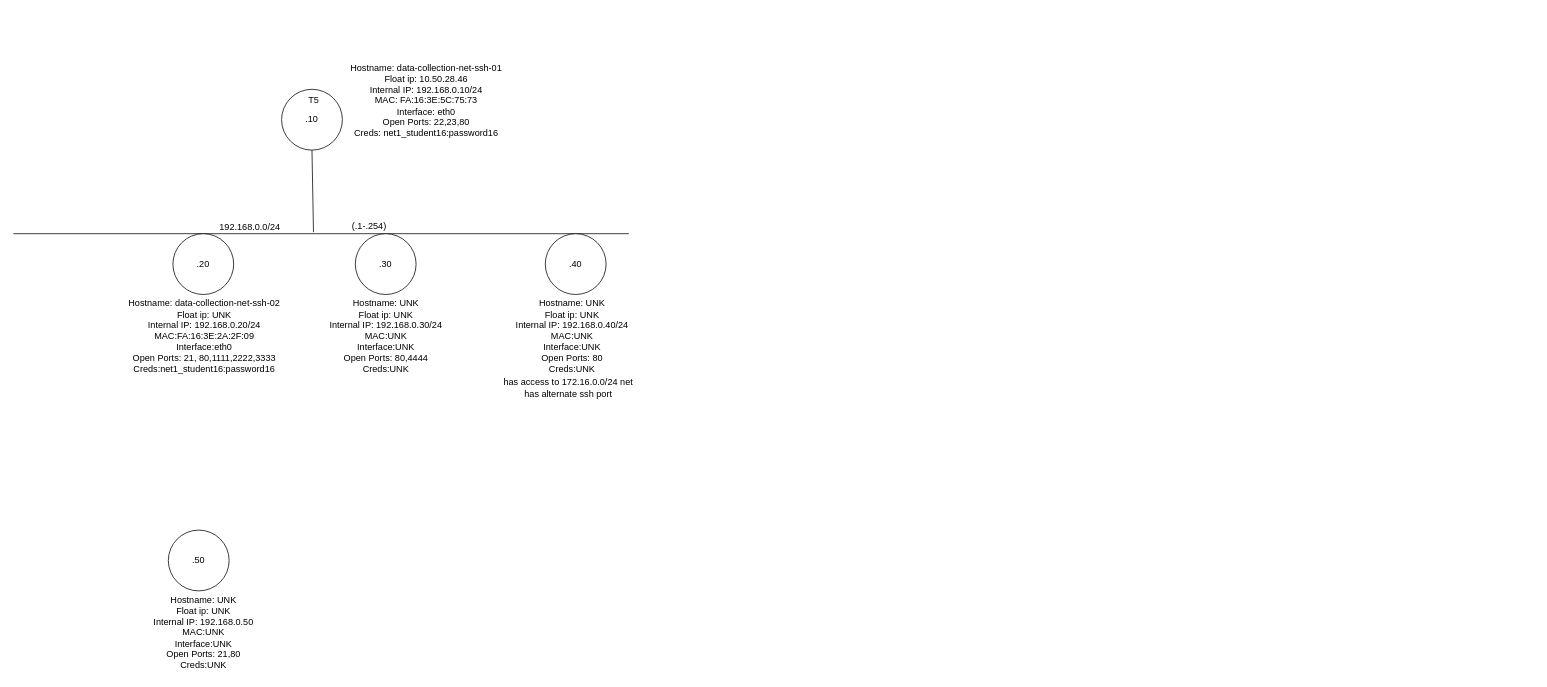
The draw.io diagram task4.drawio in Flyingtomat0/Net-Maps, before the edit. Source tidied: cells renumbered, new cells numbered last; positions are measured from the earlier drawing's top-left corner, leaving out a move shared by most shapes. Both pictures are drawn from the tidied source at 76%, with x=0, y=0 at pixel (13, 59).
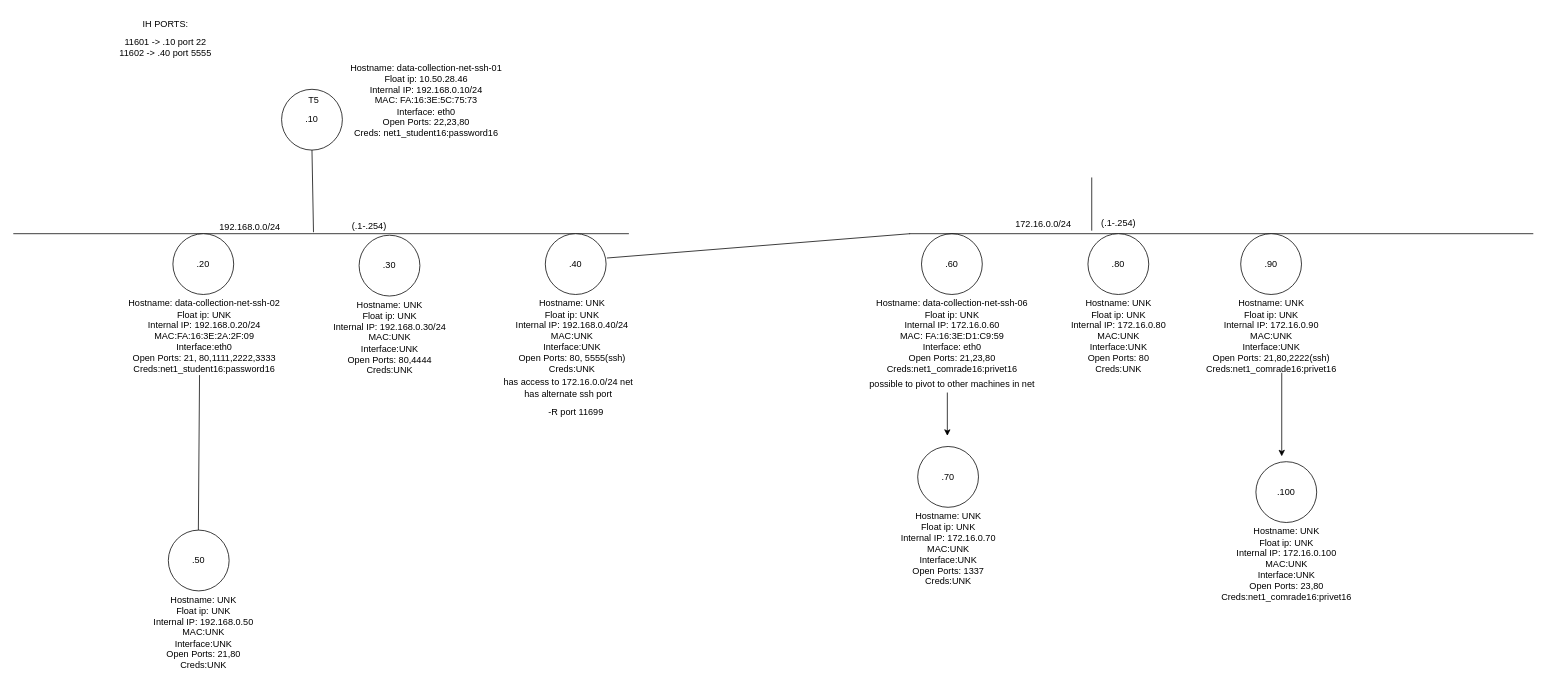
The same diagram, later.

The change refers to these unchanged cells:
```xml
<mxCell id="11" value="&lt;div&gt;Hostname: data-collection-net-ssh-02&lt;br&gt;&lt;/div&gt;&lt;div&gt;Float ip: UNK&lt;br&gt;&lt;/div&gt;&lt;div&gt;Internal IP: 192.168.0.20/24&lt;br&gt;&lt;/div&gt;&lt;div&gt;MAC:FA:16:3E:2A:2F:09&lt;br&gt;&lt;/div&gt;&lt;div&gt;Interface:eth0&lt;br&gt;&lt;/div&gt;&lt;div&gt;Open Ports: 21, 80,1111,2222,3333&lt;br&gt;&lt;/div&gt;&lt;div&gt;Creds:net1_student16:password16&lt;br&gt;&lt;/div&gt;" style="text;html=1;align=center;verticalAlign=middle;points=[];strokeColor=none;fillColor=none;" parent="1" vertex="1">
  <mxGeometry x="141" y="310" width="220" height="110" as="geometry" />
</mxCell>
<mxCell id="13" value=".40" style="ellipse;whiteSpace=wrap;html=1;" parent="1" vertex="1">
  <mxGeometry x="700" y="230" width="80" height="80" as="geometry" />
</mxCell>
```

Diff of the diagram source:
```diff
@@
-    <mxCell id="10" value=".30" style="ellipse;whiteSpace=wrap;html=1;" parent="1" vertex="1">
-      <mxGeometry x="450" y="230" width="80" height="80" as="geometry" />
+    <mxCell id="10" value=".60" style="ellipse;whiteSpace=wrap;html=1;" parent="1" vertex="1">
+      <mxGeometry x="1195" y="230" width="80" height="80" as="geometry" />
     </mxCell>
@@
-    <mxCell id="12" value="&lt;div&gt;Hostname: UNK&lt;br&gt;&lt;/div&gt;&lt;div&gt;Float ip: UNK&lt;br&gt;&lt;/div&gt;&lt;div&gt;Internal IP: 192.168.0.30/24&lt;br&gt;&lt;/div&gt;&lt;div&gt;MAC:UNK&lt;br&gt;&lt;/div&gt;&lt;div&gt;Interface:UNK&lt;br&gt;&lt;/div&gt;&lt;div&gt;Open Ports: 80,4444&lt;br&gt;&lt;/div&gt;&lt;div&gt;Creds:UNK&lt;br&gt;&lt;/div&gt;" style="text;html=1;align=center;verticalAlign=middle;strokeColor=none;fillColor=none;" parent="1" vertex="1">
-      <mxGeometry x="405" y="310" width="170" height="110" as="geometry" />
+    <mxCell id="12" value="&lt;div&gt;Hostname: data-collection-net-ssh-06&lt;br&gt;&lt;/div&gt;&lt;div&gt;Float ip: UNK&lt;br&gt;&lt;/div&gt;&lt;div&gt;Internal IP: 172.16.0.60&lt;br&gt;&lt;/div&gt;&lt;div&gt;MAC: FA:16:3E:D1:C9:59&lt;br&gt;&lt;/div&gt;&lt;div&gt;Interface: eth0&lt;br&gt;&lt;/div&gt;&lt;div&gt;Open Ports: 21,23,80&lt;br&gt;&lt;/div&gt;&lt;div&gt;Creds:net1_comrade16:privet16&lt;br&gt;&lt;/div&gt;" style="text;html=1;align=center;verticalAlign=middle;strokeColor=none;fillColor=none;" parent="1" vertex="1">
+      <mxGeometry x="1125" y="310" width="220" height="110" as="geometry" />
     </mxCell>
@@
-    <mxCell id="14" value="&lt;div&gt;Hostname: UNK&lt;br&gt;&lt;/div&gt;&lt;div&gt;Float ip: UNK&lt;br&gt;&lt;/div&gt;&lt;div&gt;Internal IP: 192.168.0.40/24&lt;br&gt;&lt;/div&gt;&lt;div&gt;MAC:UNK&lt;br&gt;&lt;/div&gt;&lt;div&gt;Interface:UNK&lt;br&gt;&lt;/div&gt;&lt;div&gt;Open Ports: 80&lt;br&gt;&lt;/div&gt;&lt;div&gt;Creds:UNK&lt;br&gt;&lt;/div&gt;" style="text;html=1;align=center;verticalAlign=middle;strokeColor=none;fillColor=none;" parent="1" vertex="1">
+    <mxCell id="14" value="&lt;div&gt;Hostname: UNK&lt;br&gt;&lt;/div&gt;&lt;div&gt;Float ip: UNK&lt;br&gt;&lt;/div&gt;&lt;div&gt;Internal IP: 192.168.0.40/24&lt;br&gt;&lt;/div&gt;&lt;div&gt;MAC:UNK&lt;br&gt;&lt;/div&gt;&lt;div&gt;Interface:UNK&lt;br&gt;&lt;/div&gt;&lt;div&gt;Open Ports: 80, 5555(ssh)&lt;br&gt;&lt;/div&gt;&lt;div&gt;Creds:UNK&lt;br&gt;&lt;/div&gt;" style="text;html=1;align=center;verticalAlign=middle;strokeColor=none;fillColor=none;" parent="1" vertex="1">
       <mxGeometry x="650" y="310" width="170" height="110" as="geometry" />
     </mxCell>
@@
+    <mxCell id="18" style="endArrow=none;html=1;rounded=0;entryX=0.473;entryY=0.964;entryDx=0;entryDy=0;entryPerimeter=0;" parent="1" edge="1" target="11">
+      <mxGeometry relative="1" as="geometry">
+        <mxPoint x="243.5" y="620" as="sourcePoint" />
+      </mxGeometry>
+    </mxCell>
+    <mxCell id="19" style="endArrow=none;html=1;rounded=0;" parent="1" edge="1">
+      <mxGeometry relative="1" as="geometry">
+        <mxPoint x="1179" y="230" as="sourcePoint" />
+        <mxPoint x="2000" y="230" as="targetPoint" />
+      </mxGeometry>
+    </mxCell>
+    <mxCell id="20" value="172.16.0.0/24" style="text;html=1;align=center;verticalAlign=middle;strokeColor=none;fillColor=none;" parent="1" vertex="1">
+      <mxGeometry x="1305" y="203" width="100" height="30" as="geometry" />
+    </mxCell>
+    <mxCell id="21" style="endArrow=none;html=1;rounded=0;" parent="1" edge="1">
+      <mxGeometry relative="1" as="geometry">
+        <mxPoint x="1419" y="226" as="sourcePoint" />
+        <mxPoint x="1419" y="156" as="targetPoint" />
+      </mxGeometry>
+    </mxCell>
+    <mxCell id="22" value="(.1-.254)" style="text;html=1;align=center;verticalAlign=middle;strokeColor=none;fillColor=none;" parent="1" vertex="1">
+      <mxGeometry x="1419" y="202" width="70" height="30" as="geometry" />
+    </mxCell>
+    <mxCell id="23" style="endArrow=none;html=1;rounded=0;exitX=1.013;exitY=0.4;exitDx=0;exitDy=0;exitPerimeter=0;" parent="1" edge="1" source="13">
+      <mxGeometry relative="1" as="geometry">
+        <mxPoint x="1180" y="230" as="targetPoint" />
+      </mxGeometry>
+    </mxCell>
+    <mxCell id="24" value=".30" style="ellipse;whiteSpace=wrap;html=1;" parent="1" vertex="1">
+      <mxGeometry x="455" y="232" width="80" height="80" as="geometry" />
+    </mxCell>
+    <mxCell id="25" value="&lt;div&gt;Hostname: UNK&lt;br&gt;&lt;/div&gt;&lt;div&gt;Float ip: UNK&lt;br&gt;&lt;/div&gt;&lt;div&gt;Internal IP: 192.168.0.30/24&lt;br&gt;&lt;/div&gt;&lt;div&gt;MAC:UNK&lt;br&gt;&lt;/div&gt;&lt;div&gt;Interface:UNK&lt;br&gt;&lt;/div&gt;&lt;div&gt;Open Ports: 80,4444&lt;br&gt;&lt;/div&gt;&lt;div&gt;Creds:UNK&lt;br&gt;&lt;/div&gt;" style="text;html=1;align=center;verticalAlign=middle;strokeColor=none;fillColor=none;" parent="1" vertex="1">
+      <mxGeometry x="410" y="312" width="170" height="110" as="geometry" />
+    </mxCell>
+    <mxCell id="26" value="&lt;div&gt;11601 -&amp;gt; .10 port 22&lt;/div&gt;&lt;div&gt;11602 -&amp;gt; .40 port 5555&lt;br&gt;&lt;/div&gt;" style="text;html=1;align=center;verticalAlign=middle;strokeColor=none;fillColor=none;" parent="1" vertex="1">
+      <mxGeometry x="125" y="-35" width="150" height="40" as="geometry" />
+    </mxCell>
+    <mxCell id="27" value="IH PORTS:" style="text;html=1;align=center;verticalAlign=middle;strokeColor=none;fillColor=none;" parent="1" vertex="1">
+      <mxGeometry x="160" y="-60" width="80" height="30" as="geometry" />
+    </mxCell>
+    <mxCell id="28" value="possible to pivot to other machines in net" style="text;html=1;align=center;verticalAlign=middle;strokeColor=none;fillColor=none;" parent="1" vertex="1">
+      <mxGeometry x="1115" y="413" width="240" height="30" as="geometry" />
+    </mxCell>
+    <mxCell id="29" value="-R port 11699" style="text;html=1;align=center;verticalAlign=middle;strokeColor=none;fillColor=none;" parent="1" vertex="1">
+      <mxGeometry x="690" y="450" width="100" height="30" as="geometry" />
+    </mxCell>
+    <mxCell id="30" value=".80" style="ellipse;whiteSpace=wrap;html=1;" parent="1" vertex="1">
+      <mxGeometry x="1414" y="230" width="80" height="80" as="geometry" />
+    </mxCell>
+    <mxCell id="31" value="&lt;div&gt;Hostname: UNK&lt;br&gt;&lt;/div&gt;&lt;div&gt;Float ip: UNK&lt;br&gt;&lt;/div&gt;&lt;div&gt;Internal IP: 172.16.0.80&lt;br&gt;&lt;/div&gt;&lt;div&gt;MAC:UNK&lt;br&gt;&lt;/div&gt;&lt;div&gt;Interface:UNK&lt;br&gt;&lt;/div&gt;&lt;div&gt;Open Ports: 80&lt;br&gt;&lt;/div&gt;&lt;div&gt;Creds:UNK&lt;br&gt;&lt;/div&gt;" style="text;html=1;align=center;verticalAlign=middle;strokeColor=none;fillColor=none;" parent="1" vertex="1">
+      <mxGeometry x="1379" y="310" width="150" height="110" as="geometry" />
+    </mxCell>
+    <mxCell id="32" value=".90" style="ellipse;whiteSpace=wrap;html=1;" parent="1" vertex="1">
+      <mxGeometry x="1615" y="230" width="80" height="80" as="geometry" />
+    </mxCell>
+    <mxCell id="33" value="&lt;div&gt;Hostname: UNK&lt;br&gt;&lt;/div&gt;&lt;div&gt;Float ip: UNK&lt;br&gt;&lt;/div&gt;&lt;div&gt;Internal IP: 172.16.0.90&lt;br&gt;&lt;/div&gt;&lt;div&gt;MAC:UNK&lt;br&gt;&lt;/div&gt;&lt;div&gt;Interface:UNK&lt;br&gt;&lt;/div&gt;&lt;div&gt;Open Ports: 21,80,2222(ssh)&lt;br&gt;&lt;/div&gt;&lt;div&gt;Creds:net1_comrade16:privet16&lt;/div&gt;" style="text;html=1;align=center;verticalAlign=middle;strokeColor=none;fillColor=none;" parent="1" vertex="1">
+      <mxGeometry x="1560" y="310" width="190" height="110" as="geometry" />
+    </mxCell>
+    <mxCell id="34" value=".70" style="ellipse;whiteSpace=wrap;html=1;" parent="1" vertex="1">
+      <mxGeometry x="1190" y="510" width="80" height="80" as="geometry" />
+    </mxCell>
+    <mxCell id="35" value="&lt;div&gt;Hostname: UNK&lt;br&gt;&lt;/div&gt;&lt;div&gt;Float ip: UNK&lt;br&gt;&lt;/div&gt;&lt;div&gt;Internal IP: 172.16.0.70&lt;br&gt;&lt;/div&gt;&lt;div&gt;MAC:UNK&lt;br&gt;&lt;/div&gt;&lt;div&gt;Interface:UNK&lt;br&gt;&lt;/div&gt;&lt;div&gt;Open Ports: 1337&lt;br&gt;&lt;/div&gt;&lt;div&gt;Creds:UNK&lt;br&gt;&lt;/div&gt;" style="text;html=1;align=center;verticalAlign=middle;strokeColor=none;fillColor=none;" parent="1" vertex="1">
+      <mxGeometry x="1155" y="590" width="150" height="110" as="geometry" />
+    </mxCell>
+    <mxCell id="36" value=".100" style="ellipse;whiteSpace=wrap;html=1;" parent="1" vertex="1">
+      <mxGeometry x="1635" y="530" width="80" height="80" as="geometry" />
+    </mxCell>
+    <mxCell id="37" value="&lt;div&gt;Hostname: UNK&lt;br&gt;&lt;/div&gt;&lt;div&gt;Float ip: UNK&lt;br&gt;&lt;/div&gt;&lt;div&gt;Internal IP: 172.16.0.100&lt;br&gt;&lt;/div&gt;&lt;div&gt;MAC:UNK&lt;br&gt;&lt;/div&gt;&lt;div&gt;Interface:UNK&lt;br&gt;&lt;/div&gt;&lt;div&gt;Open Ports: 23,80&lt;br&gt;&lt;/div&gt;&lt;div&gt;Creds:net1_comrade16:privet16&lt;br&gt;&lt;/div&gt;" style="text;html=1;align=center;verticalAlign=middle;strokeColor=none;fillColor=none;" parent="1" vertex="1">
+      <mxGeometry x="1580" y="610" width="190" height="110" as="geometry" />
+    </mxCell>
+    <mxCell id="38" style="endArrow=classic;html=1;rounded=0;" parent="1" edge="1">
+      <mxGeometry relative="1" as="geometry">
+        <mxPoint x="1229" y="439" as="sourcePoint" />
+        <mxPoint x="1229" y="496" as="targetPoint" />
+      </mxGeometry>
+    </mxCell>
+    <mxCell id="39" style="endArrow=classic;html=1;rounded=0;" parent="1" edge="1">
+      <mxGeometry relative="1" as="geometry">
+        <mxPoint x="1669" y="413" as="sourcePoint" />
+        <mxPoint x="1669" y="523" as="targetPoint" />
+      </mxGeometry>
+    </mxCell>
```
